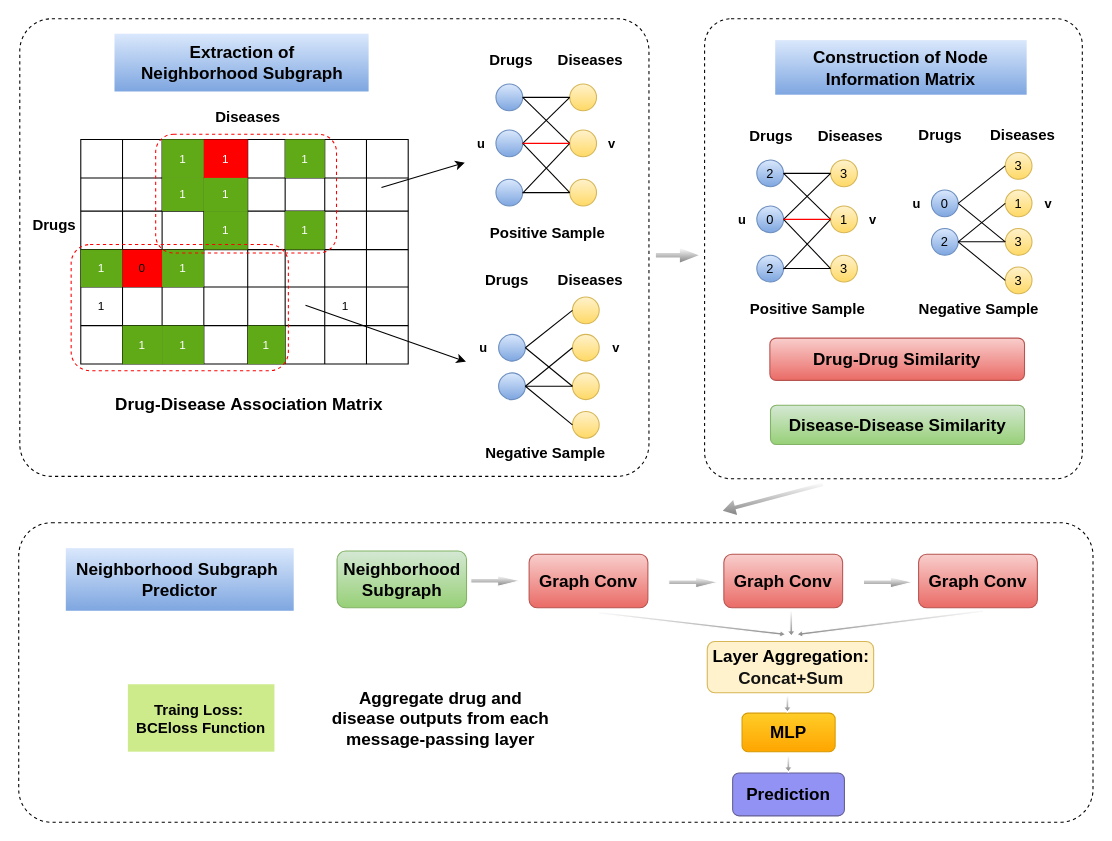
This is page "第 3 页" (3 of 5) of 未命名绘图.drawio from nanfengk/hello-world, a draw.io file, before an edit. Source tidied: cells renumbered, new cells numbered last; positions are measured from the earlier drawing's top-left corner, leaving out a move shared by most shapes. Both pictures are drawn from the tidied source at 107%, with x=0, y=0 at pixel (18, 18).
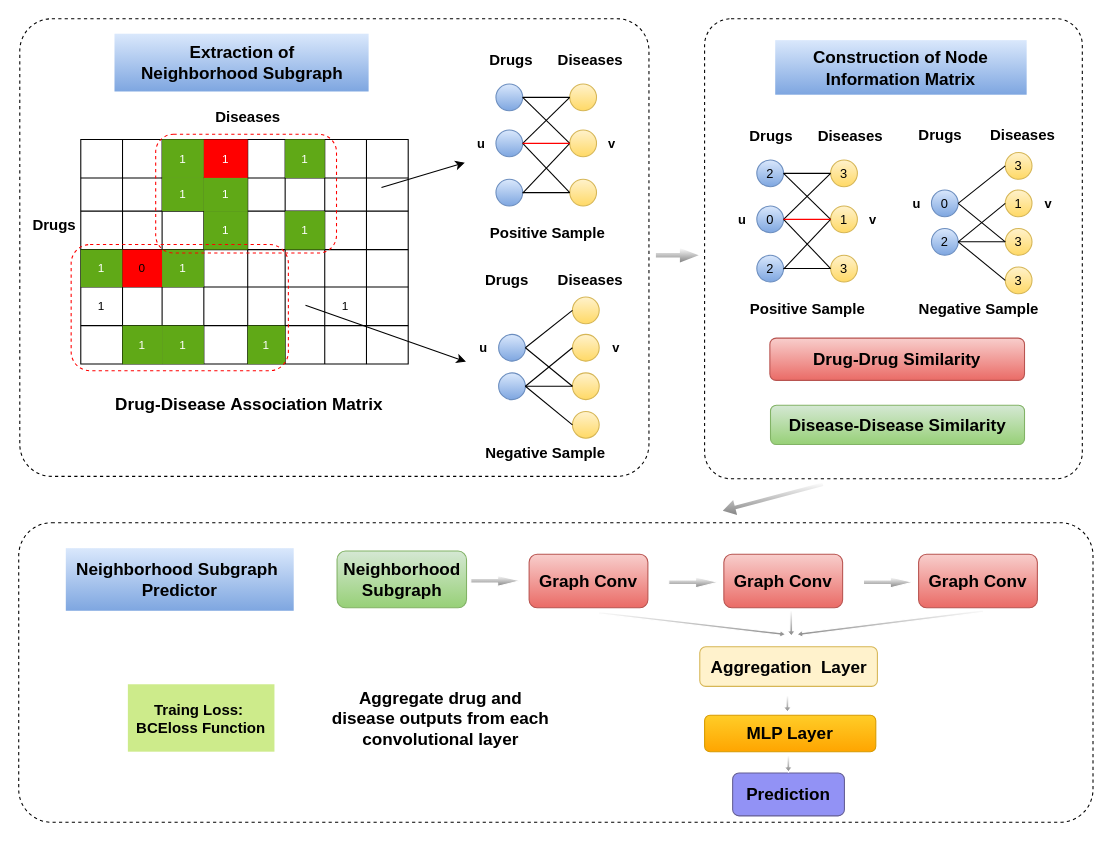
Above is the later version.

Commit message:
更新未命名绘图.drawio

What changed in the source:
```diff
@@
-    <mxCell id="146" value="&lt;b&gt;&lt;font&gt;&lt;span style=&quot;font-size: 16px&quot;&gt;Layer Aggregation:&lt;br&gt;&lt;/span&gt;&lt;/font&gt;&lt;/b&gt;&lt;span style=&quot;color: rgb(18 , 18 , 18) ; font-family: , &amp;quot;blinkmacsystemfont&amp;quot; , &amp;quot;helvetica neue&amp;quot; , &amp;quot;pingfang sc&amp;quot; , &amp;quot;microsoft yahei&amp;quot; , &amp;quot;source han sans sc&amp;quot; , &amp;quot;noto sans cjk sc&amp;quot; , &amp;quot;wenquanyi micro hei&amp;quot; , sans-serif&quot;&gt;&lt;font size=&quot;3&quot;&gt;&lt;b&gt;Concat+Sum&lt;/b&gt;&lt;/font&gt;&lt;/span&gt;" style="rounded=1;whiteSpace=wrap;html=1;shadow=0;sketch=0;fontSize=9;strokeColor=#d6b656;strokeWidth=1;fillColor=#fff2cc;" parent="1" vertex="1">
-      <mxGeometry x="643.5" y="582" width="155.5" height="48" as="geometry" />
+    <mxCell id="146" value="&lt;b&gt;&lt;font&gt;&lt;span style=&quot;font-size: 16px&quot;&gt;Aggregation&amp;nbsp; Layer&lt;/span&gt;&lt;/font&gt;&lt;/b&gt;" style="rounded=1;whiteSpace=wrap;html=1;shadow=0;sketch=0;fontSize=9;strokeColor=#d6b656;strokeWidth=1;fillColor=#fff2cc;" parent="1" vertex="1">
+      <mxGeometry x="636.5" y="587" width="166" height="37" as="geometry" />
     </mxCell>
-    <mxCell id="147" value="&lt;b&gt;&lt;font style=&quot;font-size: 16px&quot;&gt;MLP&lt;/font&gt;&lt;/b&gt;" style="rounded=1;whiteSpace=wrap;html=1;shadow=0;sketch=0;fontSize=9;strokeColor=#d79b00;strokeWidth=1;fillColor=#ffcd28;gradientColor=#ffa500;" parent="1" vertex="1">
-      <mxGeometry x="676" y="649" width="87" height="36" as="geometry" />
+    <mxCell id="147" value="&lt;b&gt;&lt;font style=&quot;font-size: 16px&quot;&gt;MLP Layer&lt;/font&gt;&lt;/b&gt;" style="rounded=1;whiteSpace=wrap;html=1;shadow=0;sketch=0;fontSize=9;strokeColor=#d79b00;strokeWidth=1;fillColor=#ffcd28;gradientColor=#ffa500;" parent="1" vertex="1">
+      <mxGeometry x="641" y="651" width="160" height="34" as="geometry" />
     </mxCell>
@@
-    <mxCell id="152" value="&lt;b&gt;&lt;font style=&quot;font-size: 16px&quot;&gt;Aggregate drug and &lt;br&gt;disease outputs from each &lt;br&gt;message-passing layer&lt;/font&gt;&lt;/b&gt;" style="text;html=1;align=center;verticalAlign=middle;strokeColor=none;fillColor=none;fontSize=9;fontColor=#000000;" parent="1" vertex="1">
-      <mxGeometry x="287" y="633" width="213" height="41" as="geometry" />
+    <mxCell id="152" value="&lt;b&gt;&lt;font style=&quot;font-size: 16px&quot;&gt;Aggregate drug and &lt;br&gt;disease outputs from each &lt;br&gt;convolutional layer&lt;/font&gt;&lt;/b&gt;" style="text;html=1;align=center;verticalAlign=middle;strokeColor=none;fillColor=none;fontSize=9;fontColor=#000000;" parent="1" vertex="1">
+      <mxGeometry x="283" y="619" width="221" height="70" as="geometry" />
     </mxCell>
```
